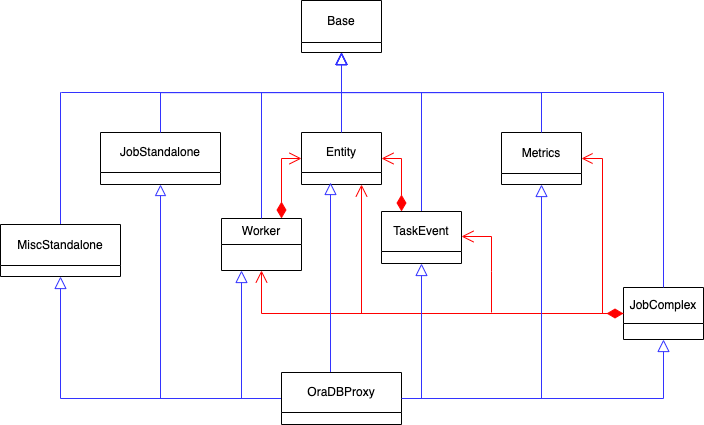
PanDAWMS/panda-server keeps this draw.io diagram as pandaserver/taskbuffer/db_proxy_mods/OraDBProxy_structure.png. Above is the earlier version. Source tidied: cells renumbered, new cells last; positions are measured from the earlier drawing's top-left corner, leaving out a move shared by most shapes.
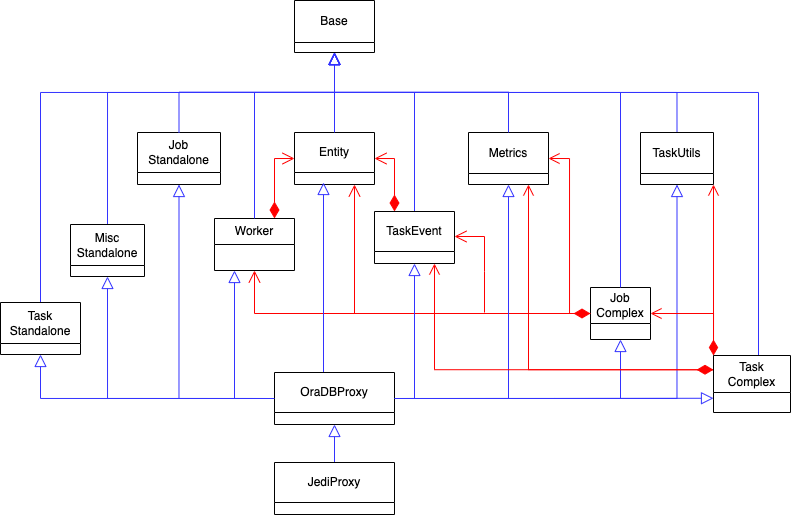
The same diagram one commit later.

Commit message:
updated OraDBProxy class diagram

Diff of the diagram source:
```diff
@@ -2,6 +2,9 @@
   <root>
     <mxCell id="0" />
     <mxCell id="1" parent="0" />
+    <mxCell id="33" style="edgeStyle=orthogonalEdgeStyle;rounded=0;jettySize=auto;html=1;exitX=0.5;exitY=0;exitDx=0;exitDy=0;entryX=0.5;entryY=1;entryDx=0;entryDy=0;strokeColor=light-dark(#3333FF,#FFFFFF);endArrow=block;startFill=0;startArrow=none;startSize=6;endFill=0;endSize=10;" parent="1" edge="1" source="40" target="4">
+      <mxGeometry relative="1" as="geometry" />
+    </mxCell>
     <mxCell id="2" style="edgeStyle=orthogonalEdgeStyle;rounded=0;jettySize=auto;html=1;exitX=0.75;exitY=1;exitDx=0;exitDy=0;entryX=0;entryY=0.5;entryDx=0;entryDy=0;endArrow=none;startFill=0;startArrow=open;startSize=10;strokeColor=#FF0000;" parent="1" edge="1" source="3" target="8">
       <mxGeometry relative="1" as="geometry" />
     </mxCell>
@@ -20,8 +23,8 @@
     <mxCell id="7" style="edgeStyle=orthogonalEdgeStyle;rounded=0;jettySize=auto;html=1;exitX=0;exitY=0.5;exitDx=0;exitDy=0;entryX=0.5;entryY=1;entryDx=0;entryDy=0;strokeColor=#FF0000;endArrow=open;endFill=0;endSize=10;startArrow=diamondThin;startFill=1;startSize=14;" parent="1" edge="1" source="8" target="6">
       <mxGeometry relative="1" as="geometry" />
     </mxCell>
-    <mxCell id="8" value="JobComplex" style="swimlane;fontStyle=0;horizontal=1;startSize=36;fillColor=none;whiteSpace=wrap;html=1;" parent="1" vertex="1">
-      <mxGeometry x="623" y="287" width="80" height="52" as="geometry" />
+    <mxCell id="8" value="Job&lt;br&gt;Complex" style="swimlane;fontStyle=0;horizontal=1;startSize=36;fillColor=none;whiteSpace=wrap;html=1;" parent="1" vertex="1">
+      <mxGeometry x="597" y="287" width="60" height="52" as="geometry" />
     </mxCell>
     <mxCell id="9" style="endArrow=block;endSize=10;endFill=0;shadow=0;strokeWidth=1;rounded=0;curved=0;edgeStyle=elbowEdgeStyle;elbow=vertical;entryX=0.5;entryY=1;entryDx=0;entryDy=0;exitX=0.5;exitY=0;exitDx=0;exitDy=0;strokeColor=light-dark(#3333FF,#FFFFFF);" parent="1" edge="1" source="30">
       <mxGeometry relative="1" as="geometry">
@@ -44,14 +47,14 @@
         </Array>
       </mxGeometry>
     </mxCell>
-    <mxCell id="12" value="Job&lt;span style=&quot;background-color: transparent; color: light-dark(rgb(0, 0, 0), rgb(255, 255, 255));&quot;&gt;Standalone&lt;/span&gt;" style="swimlane;fontStyle=0;horizontal=1;startSize=40;fillColor=none;whiteSpace=wrap;html=1;" parent="1" vertex="1">
-      <mxGeometry x="100" y="132" width="120" height="52" as="geometry" />
+    <mxCell id="12" value="Job&lt;br&gt;&lt;span style=&quot;background-color: transparent; color: light-dark(rgb(0, 0, 0), rgb(255, 255, 255));&quot;&gt;Standalone&lt;/span&gt;" style="swimlane;fontStyle=0;horizontal=1;startSize=40;fillColor=none;whiteSpace=wrap;html=1;" parent="1" vertex="1">
+      <mxGeometry x="144" y="132" width="83" height="52" as="geometry" />
     </mxCell>
     <mxCell id="13" style="edgeStyle=orthogonalEdgeStyle;rounded=0;jettySize=auto;html=1;exitX=1;exitY=0.5;exitDx=0;exitDy=0;entryX=0;entryY=0.5;entryDx=0;entryDy=0;endArrow=none;startFill=0;startArrow=open;startSize=9;strokeColor=#FF0000;" parent="1" edge="1" source="14" target="8">
       <mxGeometry relative="1" as="geometry" />
     </mxCell>
     <mxCell id="14" value="Metrics" style="swimlane;fontStyle=0;horizontal=1;startSize=41;fillColor=none;whiteSpace=wrap;html=1;" parent="1" vertex="1">
-      <mxGeometry x="501" y="132" width="80" height="52" as="geometry" />
+      <mxGeometry x="475" y="132" width="80" height="52" as="geometry" />
     </mxCell>
     <mxCell id="15" style="edgeStyle=orthogonalEdgeStyle;rounded=0;jettySize=auto;html=1;entryX=1;entryY=0.5;entryDx=0;entryDy=0;endArrow=open;endFill=0;startArrow=diamondThin;startFill=1;endSize=10;startSize=14;exitX=0.25;exitY=0;exitDx=0;exitDy=0;strokeColor=#FF0000;" parent="1" edge="1" source="30" target="3">
       <mxGeometry relative="1" as="geometry">
@@ -81,10 +84,10 @@
     <mxCell id="19" style="edgeStyle=orthogonalEdgeStyle;rounded=0;jettySize=auto;html=1;exitX=1;exitY=0.5;exitDx=0;exitDy=0;entryX=0.5;entryY=1;entryDx=0;entryDy=0;endArrow=block;endFill=0;endSize=10;strokeColor=#FFFFFF;" parent="1" edge="1" source="25" target="30">
       <mxGeometry relative="1" as="geometry" />
     </mxCell>
-    <mxCell id="20" style="edgeStyle=orthogonalEdgeStyle;rounded=0;jettySize=auto;html=1;exitX=1;exitY=0.5;exitDx=0;exitDy=0;entryX=0.5;entryY=1;entryDx=0;entryDy=0;endArrow=block;endFill=0;startSize=11;endSize=10;strokeColor=light-dark(#3333FF,#FFFFFF);" parent="1" edge="1" source="25" target="14">
+    <mxCell id="20" style="edgeStyle=orthogonalEdgeStyle;rounded=0;jettySize=auto;html=1;exitX=1;exitY=0.5;exitDx=0;exitDy=0;entryX=0.5;entryY=1;entryDx=0;entryDy=0;endArrow=block;endFill=0;startSize=10;endSize=10;strokeColor=light-dark(#3333FF,#FFFFFF);" parent="1" edge="1" source="25" target="14">
       <mxGeometry relative="1" as="geometry" />
     </mxCell>
-    <mxCell id="21" style="edgeStyle=orthogonalEdgeStyle;rounded=0;jettySize=auto;html=1;exitX=0;exitY=0.5;exitDx=0;exitDy=0;entryX=0.5;entryY=1;entryDx=0;entryDy=0;endArrow=block;endFill=0;endSize=9;strokeColor=light-dark(#3333FF,#FFFFFF);" parent="1" edge="1" source="25" target="12">
+    <mxCell id="21" style="edgeStyle=orthogonalEdgeStyle;rounded=0;jettySize=auto;html=1;exitX=0;exitY=0.5;exitDx=0;exitDy=0;entryX=0.5;entryY=1;entryDx=0;entryDy=0;endArrow=block;endFill=0;endSize=10;strokeColor=light-dark(#3333FF,#FFFFFF);" parent="1" edge="1" source="25" target="12">
       <mxGeometry relative="1" as="geometry" />
     </mxCell>
     <mxCell id="22" style="edgeStyle=orthogonalEdgeStyle;rounded=0;jettySize=auto;html=1;exitX=0;exitY=0.5;exitDx=0;exitDy=0;entryX=0.5;entryY=1;entryDx=0;entryDy=0;endArrow=block;endFill=0;endSize=10;strokeColor=light-dark(#3333FF,#FFFFFF);" parent="1" edge="1" source="25" target="28">
@@ -99,6 +102,9 @@
         <mxPoint x="330" y="182" as="targetPoint" />
       </mxGeometry>
     </mxCell>
+    <mxCell id="34" style="edgeStyle=orthogonalEdgeStyle;rounded=0;jettySize=auto;html=1;exitX=1;exitY=0.5;exitDx=0;exitDy=0;entryX=0;entryY=0.75;entryDx=0;entryDy=0;endArrow=block;endFill=0;endSize=10;strokeColor=light-dark(#3333FF,#FFFFFF);" parent="1" edge="1" source="25" target="45">
+      <mxGeometry relative="1" as="geometry" />
+    </mxCell>
     <mxCell id="25" value="OraDBProxy" style="swimlane;fontStyle=0;horizontal=1;startSize=40;fillColor=none;whiteSpace=wrap;html=1;" parent="1" vertex="1">
       <mxGeometry x="281" y="372" width="120" height="52" as="geometry" />
     </mxCell>
@@ -109,13 +115,13 @@
       <mxGeometry relative="1" as="geometry">
         <mxPoint x="341" y="52" as="targetPoint" />
         <Array as="points">
-          <mxPoint x="61" y="92" />
-          <mxPoint x="342" y="92" />
+          <mxPoint x="114" y="92" />
+          <mxPoint x="341" y="92" />
         </Array>
       </mxGeometry>
     </mxCell>
-    <mxCell id="28" value="&lt;span style=&quot;background-color: transparent; color: light-dark(rgb(0, 0, 0), rgb(255, 255, 255));&quot;&gt;MiscStandalone&lt;/span&gt;" style="swimlane;fontStyle=0;horizontal=1;startSize=41;fillColor=none;whiteSpace=wrap;html=1;" parent="1" vertex="1">
-      <mxGeometry y="224" width="120" height="52" as="geometry" />
+    <mxCell id="28" value="&lt;span style=&quot;background-color: transparent; color: light-dark(rgb(0, 0, 0), rgb(255, 255, 255));&quot;&gt;Misc&lt;br&gt;Standalone&lt;/span&gt;" style="swimlane;fontStyle=0;horizontal=1;startSize=41;fillColor=none;whiteSpace=wrap;html=1;" parent="1" vertex="1">
+      <mxGeometry x="77" y="224" width="74" height="52" as="geometry" />
     </mxCell>
     <mxCell id="29" style="edgeStyle=orthogonalEdgeStyle;rounded=0;jettySize=auto;html=1;exitX=1;exitY=0.5;exitDx=0;exitDy=0;strokeColor=light-dark(#3333FF,#FFFFFF);endArrow=block;endFill=0;endSize=10;" parent="1" edge="1" source="25" target="30">
       <mxGeometry relative="1" as="geometry" />
@@ -138,5 +144,54 @@
         </Array>
       </mxGeometry>
     </mxCell>
+    <mxCell id="35" style="edgeStyle=orthogonalEdgeStyle;rounded=0;jettySize=auto;html=1;exitX=0.5;exitY=0;exitDx=0;exitDy=0;entryX=0.5;entryY=1;entryDx=0;entryDy=0;strokeColor=light-dark(#3333FF,#FFFFFF);endArrow=block;endFill=0;startSize=6;endSize=10;" parent="1" edge="1" source="37" target="4">
+      <mxGeometry relative="1" as="geometry">
+        <Array as="points">
+          <mxPoint x="47" y="92" />
+          <mxPoint x="341" y="92" />
+        </Array>
+      </mxGeometry>
+    </mxCell>
+    <mxCell id="36" style="edgeStyle=orthogonalEdgeStyle;rounded=0;jettySize=auto;html=1;exitX=0.5;exitY=1;exitDx=0;exitDy=0;entryX=0;entryY=0.5;entryDx=0;entryDy=0;endArrow=none;startFill=0;endFill=0;startArrow=block;startSize=10;strokeColor=light-dark(#3333FF,#FFFFFF);" parent="1" edge="1" source="37" target="25">
+      <mxGeometry relative="1" as="geometry" />
+    </mxCell>
+    <mxCell id="37" value="&lt;span style=&quot;background-color: transparent; color: light-dark(rgb(0, 0, 0), rgb(255, 255, 255));&quot;&gt;Task&lt;br&gt;Standalone&lt;/span&gt;" style="swimlane;fontStyle=0;horizontal=1;startSize=41;fillColor=none;whiteSpace=wrap;html=1;" parent="1" vertex="1">
+      <mxGeometry x="7" y="302" width="80" height="52" as="geometry" />
+    </mxCell>
+    <mxCell id="38" style="edgeStyle=orthogonalEdgeStyle;rounded=0;jettySize=auto;html=1;exitX=1;exitY=1;exitDx=0;exitDy=0;entryX=0;entryY=0;entryDx=0;entryDy=0;endArrow=diamondThin;endFill=1;startArrow=open;startFill=0;startSize=9;endSize=13;strokeColor=#FF0000;" parent="1" edge="1" source="40" target="45">
+      <mxGeometry relative="1" as="geometry" />
+    </mxCell>
+    <mxCell id="39" style="edgeStyle=orthogonalEdgeStyle;rounded=0;jettySize=auto;html=1;exitX=0.5;exitY=1;exitDx=0;exitDy=0;entryX=1;entryY=0.5;entryDx=0;entryDy=0;endArrow=none;startFill=0;strokeColor=light-dark(#3333FF,#FFFFFF);startArrow=block;startSize=10;" parent="1" edge="1" source="40" target="25">
+      <mxGeometry relative="1" as="geometry" />
+    </mxCell>
+    <mxCell id="40" value="TaskUtils" style="swimlane;fontStyle=0;horizontal=1;startSize=41;fillColor=none;whiteSpace=wrap;html=1;" parent="1" vertex="1">
+      <mxGeometry x="647" y="132" width="73" height="52" as="geometry" />
+    </mxCell>
+    <mxCell id="41" style="edgeStyle=orthogonalEdgeStyle;rounded=0;jettySize=auto;html=1;exitX=0;exitY=0;exitDx=0;exitDy=0;entryX=1;entryY=0.5;entryDx=0;entryDy=0;endArrow=open;endFill=0;endSize=9;strokeColor=#FF0000;" parent="1" edge="1" source="45" target="8">
+      <mxGeometry relative="1" as="geometry" />
+    </mxCell>
+    <mxCell id="42" style="edgeStyle=orthogonalEdgeStyle;rounded=0;jettySize=auto;html=1;exitX=0.5;exitY=0;exitDx=0;exitDy=0;entryX=0.5;entryY=1;entryDx=0;entryDy=0;strokeColor=light-dark(#3333FF,#FFFFFF);endArrow=block;endFill=0;endSize=10;" parent="1" edge="1" source="45" target="4">
+      <mxGeometry relative="1" as="geometry">
+        <Array as="points">
+          <mxPoint x="765" y="92" />
+          <mxPoint x="341" y="92" />
+        </Array>
+      </mxGeometry>
+    </mxCell>
+    <mxCell id="43" style="edgeStyle=orthogonalEdgeStyle;rounded=0;jettySize=auto;html=1;exitX=0;exitY=0.25;exitDx=0;exitDy=0;entryX=0.75;entryY=1;entryDx=0;entryDy=0;strokeColor=#FF0000;endArrow=open;endFill=0;endSize=9;startArrow=diamondThin;startFill=1;startSize=14;" parent="1" edge="1" source="45" target="14">
+      <mxGeometry relative="1" as="geometry" />
+    </mxCell>
+    <mxCell id="44" style="edgeStyle=orthogonalEdgeStyle;rounded=0;jettySize=auto;html=1;exitX=0;exitY=0.25;exitDx=0;exitDy=0;entryX=0.75;entryY=1;entryDx=0;entryDy=0;endArrow=open;endFill=0;strokeColor=#FF0000;endSize=9;" parent="1" edge="1" source="45" target="30">
+      <mxGeometry relative="1" as="geometry" />
+    </mxCell>
+    <mxCell id="45" value="Task&lt;br&gt;Complex" style="swimlane;fontStyle=0;horizontal=1;startSize=37;fillColor=none;whiteSpace=wrap;html=1;" parent="1" vertex="1">
+      <mxGeometry x="720" y="355" width="77" height="57" as="geometry" />
+    </mxCell>
+    <mxCell id="46" style="edgeStyle=orthogonalEdgeStyle;rounded=0;jettySize=auto;html=1;exitX=0.5;exitY=0;exitDx=0;exitDy=0;entryX=0.5;entryY=1;entryDx=0;entryDy=0;endArrow=block;endFill=0;endSize=10;strokeColor=light-dark(#3333FF,#FFFFFF);" parent="1" edge="1" source="47" target="25">
+      <mxGeometry relative="1" as="geometry" />
+    </mxCell>
+    <mxCell id="47" value="JediProxy" style="swimlane;fontStyle=0;horizontal=1;startSize=40;fillColor=none;whiteSpace=wrap;html=1;" parent="1" vertex="1">
+      <mxGeometry x="281" y="462" width="120" height="52" as="geometry" />
+    </mxCell>
   </root>
 </mxGraphModel>
```
